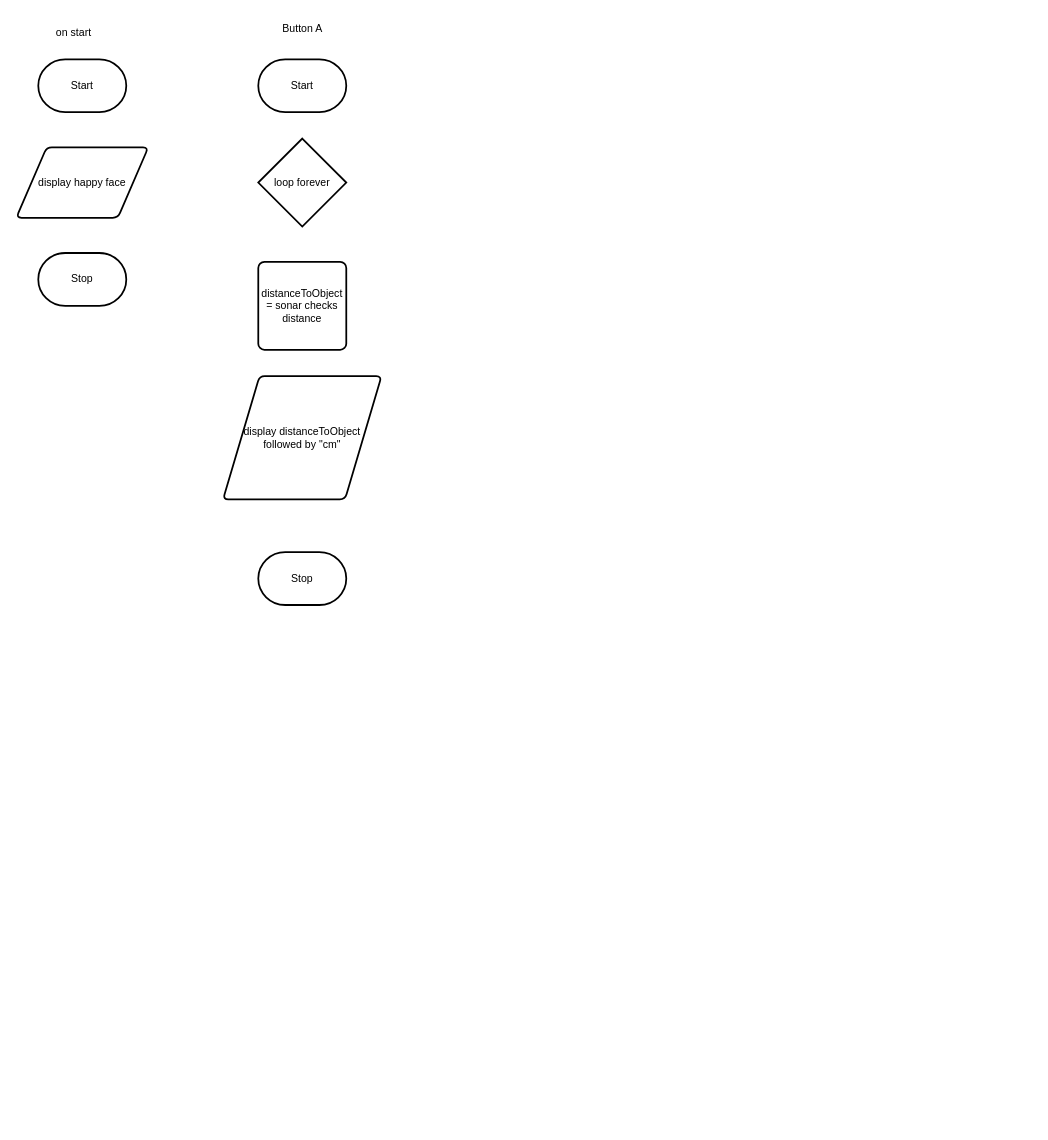
Earlier version of the draw.io diagram design/flowchart.drawio (MTHS-TEJ2O-1-2023/TEJ2O-Unit-5-08-michael-bruneau). Source tidied: cells renumbered, new cells numbered last; positions are measured from the earlier drawing's top-left corner, leaving out a move shared by most shapes. Both pictures are drawn from the tidied source at 88%, with x=0, y=0 at pixel (16, 15).
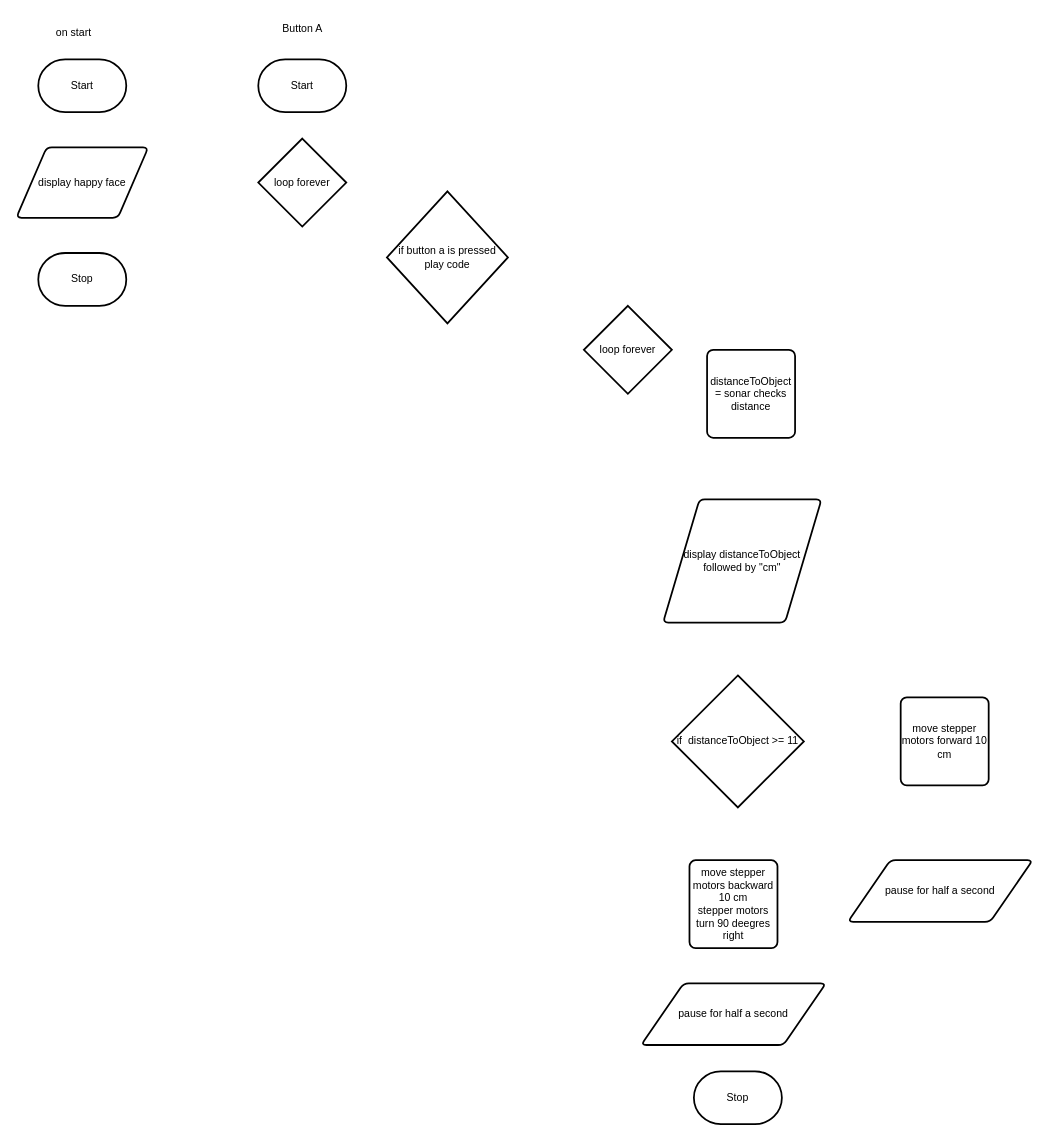
After the change.

What changed in the source:
```diff
@@
 <mxGraphModel>
   <root>
     <mxCell id="0" />
     <mxCell id="1" parent="0" />
     <mxCell id="2" value="Start" style="strokeWidth=2;html=1;shape=mxgraph.flowchart.terminator;whiteSpace=wrap;" parent="1" vertex="1">
       <mxGeometry x="25" y="50" width="100" height="60" as="geometry" />
     </mxCell>
     <mxCell id="3" value="Stop" style="strokeWidth=2;html=1;shape=mxgraph.flowchart.terminator;whiteSpace=wrap;" parent="1" vertex="1">
       <mxGeometry x="25" y="270" width="100" height="60" as="geometry" />
     </mxCell>
     <mxCell id="4" value="on start" style="text;html=1;align=center;verticalAlign=middle;strokeColor=none;fillColor=none;" parent="1" vertex="1">
       <mxGeometry x="35" y="5" width="60" height="30" as="geometry" />
     </mxCell>
     <mxCell id="5" value="display happy face" style="shape=parallelogram;html=1;strokeWidth=2;perimeter=parallelogramPerimeter;whiteSpace=wrap;rounded=1;arcSize=12;size=0.23;" parent="1" vertex="1">
       <mxGeometry y="150" width="150" height="80" as="geometry" />
     </mxCell>
     <mxCell id="6" value="Stop" style="strokeWidth=2;html=1;shape=mxgraph.flowchart.terminator;whiteSpace=wrap;" parent="1" vertex="1">
-      <mxGeometry x="275" y="610" width="100" height="60" as="geometry" />
+      <mxGeometry x="770" y="1200" width="100" height="60" as="geometry" />
     </mxCell>
     <mxCell id="7" value="Start" style="strokeWidth=2;html=1;shape=mxgraph.flowchart.terminator;whiteSpace=wrap;" parent="1" vertex="1">
       <mxGeometry x="275" y="50" width="100" height="60" as="geometry" />
     </mxCell>
     <mxCell id="8" value="Button A" style="text;html=1;align=center;verticalAlign=middle;strokeColor=none;fillColor=none;" parent="1" vertex="1">
       <mxGeometry x="290" width="70" height="30" as="geometry" />
     </mxCell>
     <mxCell id="9" value="loop forever" style="strokeWidth=2;html=1;shape=mxgraph.flowchart.decision;whiteSpace=wrap;" parent="1" vertex="1">
       <mxGeometry x="275" y="140" width="100" height="100" as="geometry" />
     </mxCell>
     <mxCell id="10" value="distanceToObject = sonar checks distance" style="rounded=1;whiteSpace=wrap;html=1;absoluteArcSize=1;arcSize=14;strokeWidth=2;" parent="1" vertex="1">
-      <mxGeometry x="275" y="280" width="100" height="100" as="geometry" />
+      <mxGeometry x="785" y="380" width="100" height="100" as="geometry" />
     </mxCell>
     <mxCell id="11" value="display distanceToObject followed by &quot;cm&quot;" style="shape=parallelogram;html=1;strokeWidth=2;perimeter=parallelogramPerimeter;whiteSpace=wrap;rounded=1;arcSize=12;size=0.23;" parent="1" vertex="1">
-      <mxGeometry x="235" y="410" width="180" height="140" as="geometry" />
+      <mxGeometry x="735" y="550" width="180" height="140" as="geometry" />
     </mxCell>
+    <mxCell id="12" value="if button a is pressed play code" style="strokeWidth=2;html=1;shape=mxgraph.flowchart.decision;whiteSpace=wrap;" parent="1" vertex="1">
+      <mxGeometry x="421.2" y="200" width="137.5" height="150" as="geometry" />
+    </mxCell>
+    <mxCell id="13" value="loop forever" style="strokeWidth=2;html=1;shape=mxgraph.flowchart.decision;whiteSpace=wrap;" parent="1" vertex="1">
+      <mxGeometry x="645" y="330" width="100" height="100" as="geometry" />
+    </mxCell>
+    <mxCell id="14" value="if&amp;nbsp; distanceToObject &amp;gt;= 11" style="strokeWidth=2;html=1;shape=mxgraph.flowchart.decision;whiteSpace=wrap;" parent="1" vertex="1">
+      <mxGeometry x="745" y="750" width="150" height="150" as="geometry" />
+    </mxCell>
+    <mxCell id="15" value="move stepper motors forward 10 cm" style="rounded=1;whiteSpace=wrap;html=1;absoluteArcSize=1;arcSize=14;strokeWidth=2;" parent="1" vertex="1">
+      <mxGeometry x="1005" y="775" width="100" height="100" as="geometry" />
+    </mxCell>
+    <mxCell id="16" value="pause for half a second" style="shape=parallelogram;html=1;strokeWidth=2;perimeter=parallelogramPerimeter;whiteSpace=wrap;rounded=1;arcSize=12;size=0.23;" parent="1" vertex="1">
+      <mxGeometry x="945" y="960" width="210" height="70" as="geometry" />
+    </mxCell>
+    <mxCell id="17" value="move stepper motors backward 10 cm&lt;br&gt;stepper motors turn 90 deegres right" style="rounded=1;whiteSpace=wrap;html=1;absoluteArcSize=1;arcSize=14;strokeWidth=2;" parent="1" vertex="1">
+      <mxGeometry x="765" y="960" width="100" height="100" as="geometry" />
+    </mxCell>
+    <mxCell id="18" value="pause for half a second" style="shape=parallelogram;html=1;strokeWidth=2;perimeter=parallelogramPerimeter;whiteSpace=wrap;rounded=1;arcSize=12;size=0.23;" parent="1" vertex="1">
+      <mxGeometry x="710" y="1100" width="210" height="70" as="geometry" />
+    </mxCell>
   </root>
 </mxGraphModel>
```
